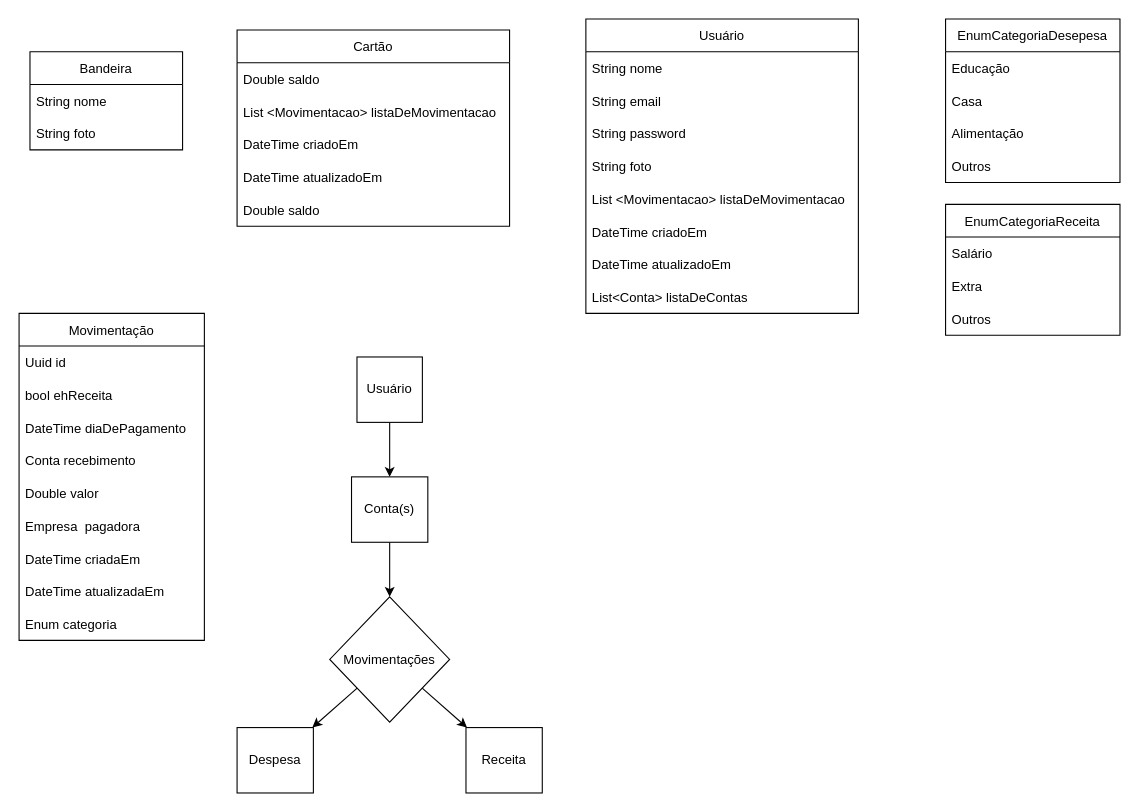
Before: page "Page-2" (1 of 2) of finances/abstractio.drawio in Luanftg/PIT01GP01, a draw.io diagram. Source tidied: cells renumbered, new cells numbered last; positions are measured from the earlier drawing's top-left corner, leaving out a move shared by most shapes. Both pictures are drawn from the tidied source at 109%, with x=0, y=0 at pixel (19, 19).
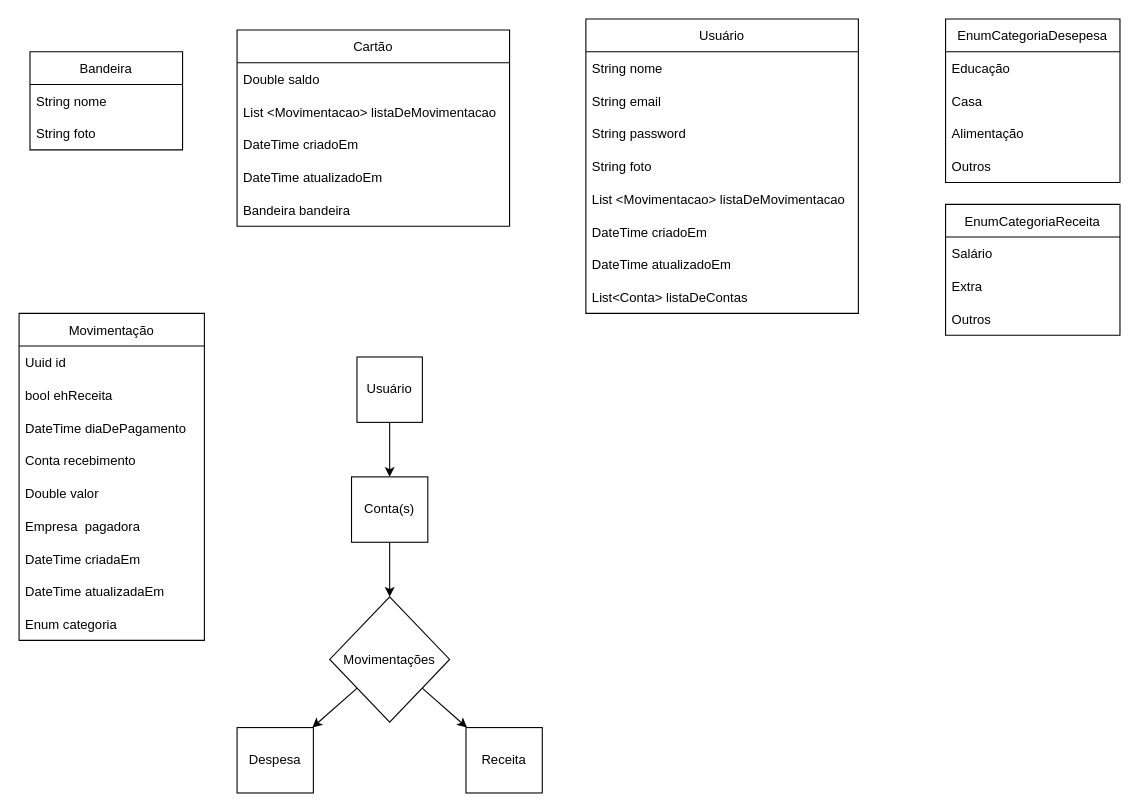
The same page after the edit.

The change refers to these unchanged cells:
```xml
<mxCell id="28" value="Cartão" style="swimlane;fontStyle=0;horizontal=1;startSize=30;" parent="1" vertex="1">
  <mxGeometry x="200" y="10" width="250" height="180" as="geometry" />
</mxCell>
```

Change to the diagram source:
```diff
@@
-    <mxCell id="33" value="Double saldo" style="text;strokeColor=none;fillColor=none;align=left;verticalAlign=middle;spacingLeft=4;spacingRight=4;overflow=hidden;" parent="28" vertex="1">
+    <mxCell id="33" value="Bandeira bandeira" style="text;strokeColor=none;fillColor=none;align=left;verticalAlign=middle;spacingLeft=4;spacingRight=4;overflow=hidden;" parent="28" vertex="1">
       <mxGeometry y="150" width="250" height="30" as="geometry" />
     </mxCell>
```
